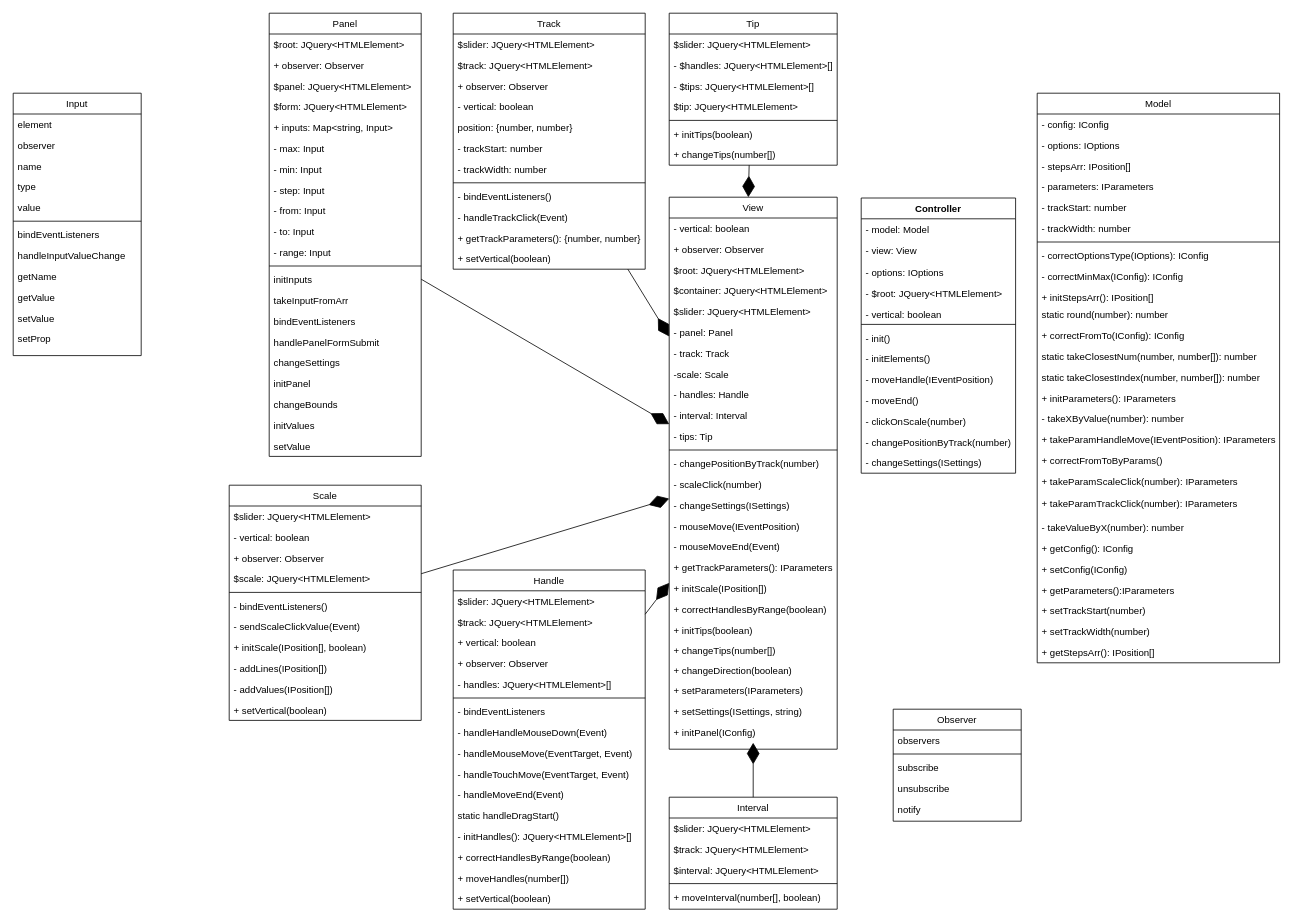
Earlier version of the draw.io diagram UntitledDiagram.drawio (galiaMuslimova/Slider). Source tidied: cells renumbered, new cells numbered last; positions are measured from the earlier drawing's top-left corner, leaving out a move shared by most shapes. Both pictures are drawn from the tidied source at 80%, with x=0, y=0 at pixel (13, 13).
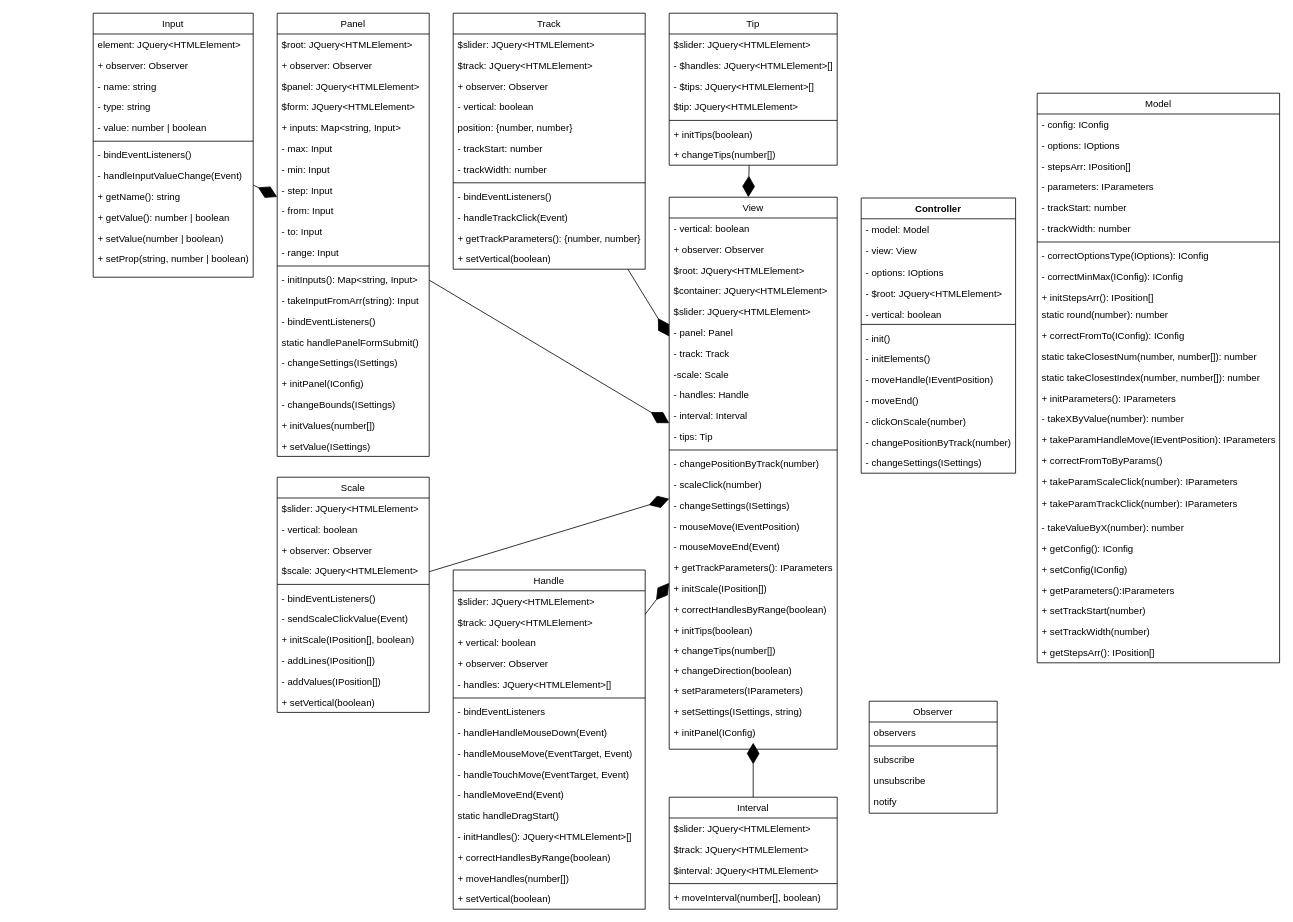
Above is the later version.

The edit, as a diff of the source:
```diff
@@
     <mxCell id="57" value="Observer" style="swimlane;fontStyle=0;align=center;verticalAlign=top;horizontal=1;startSize=26;rounded=0;shadow=0;strokeWidth=1;" parent="1" vertex="1">
-      <mxGeometry x="1100" y="870" width="160" height="140" as="geometry" />
+      <mxGeometry x="1070" y="860" width="160" height="140" as="geometry" />
     </mxCell>
@@
     <mxCell id="76" value="Scale" style="swimlane;fontStyle=0;align=center;verticalAlign=top;horizontal=1;startSize=26;rounded=0;shadow=0;strokeWidth=1;" parent="1" vertex="1">
-      <mxGeometry x="270" y="590" width="240" height="294" as="geometry" />
+      <mxGeometry x="330" y="580" width="190" height="294" as="geometry" />
     </mxCell>
     <mxCell id="77" value="$slider: JQuery&lt;HTMLElement&gt;" style="text;align=left;verticalAlign=top;spacingLeft=4;spacingRight=4;overflow=hidden;" parent="76" vertex="1">
-      <mxGeometry y="26" width="240" height="26" as="geometry" />
+      <mxGeometry y="26" width="190" height="26" as="geometry" />
     </mxCell>
     <mxCell id="78" value="- vertical: boolean" style="text;align=left;verticalAlign=top;spacingLeft=4;spacingRight=4;overflow=hidden;" parent="76" vertex="1">
-      <mxGeometry y="52" width="240" height="26" as="geometry" />
+      <mxGeometry y="52" width="190" height="26" as="geometry" />
     </mxCell>
     <mxCell id="79" value="+ observer: Observer" style="text;align=left;verticalAlign=top;spacingLeft=4;spacingRight=4;overflow=hidden;" parent="76" vertex="1">
-      <mxGeometry y="78" width="240" height="26" as="geometry" />
+      <mxGeometry y="78" width="190" height="26" as="geometry" />
     </mxCell>
     <mxCell id="80" value="$scale: JQuery&lt;HTMLElement&gt;" style="text;align=left;verticalAlign=top;spacingLeft=4;spacingRight=4;overflow=hidden;" parent="76" vertex="1">
-      <mxGeometry y="104" width="240" height="26" as="geometry" />
+      <mxGeometry y="104" width="190" height="26" as="geometry" />
     </mxCell>
     <mxCell id="81" style="line;html=1;strokeWidth=1;align=left;verticalAlign=middle;spacingTop=-1;spacingLeft=3;spacingRight=3;labelPosition=right;" parent="76" vertex="1">
-      <mxGeometry y="130" width="240" height="8" as="geometry" />
+      <mxGeometry y="130" width="190" height="8" as="geometry" />
     </mxCell>
     <mxCell id="82" value="- bindEventListeners()" style="text;align=left;verticalAlign=top;spacingLeft=4;spacingRight=4;overflow=hidden;rounded=0;shadow=0;html=0;" parent="76" vertex="1">
-      <mxGeometry y="138" width="240" height="26" as="geometry" />
+      <mxGeometry y="138" width="190" height="26" as="geometry" />
     </mxCell>
     <mxCell id="83" value="- sendScaleClickValue(Event)" style="text;align=left;verticalAlign=top;spacingLeft=4;spacingRight=4;overflow=hidden;rounded=0;shadow=0;html=0;" parent="76" vertex="1">
-      <mxGeometry y="164" width="240" height="26" as="geometry" />
+      <mxGeometry y="164" width="190" height="26" as="geometry" />
     </mxCell>
     <mxCell id="84" value="+ initScale(IPosition[], boolean)" style="text;align=left;verticalAlign=top;spacingLeft=4;spacingRight=4;overflow=hidden;rounded=0;shadow=0;html=0;" parent="76" vertex="1">
-      <mxGeometry y="190" width="240" height="26" as="geometry" />
+      <mxGeometry y="190" width="190" height="26" as="geometry" />
     </mxCell>
     <mxCell id="85" value="- addLines(IPosition[])" style="text;align=left;verticalAlign=top;spacingLeft=4;spacingRight=4;overflow=hidden;rounded=0;shadow=0;html=0;" parent="76" vertex="1">
-      <mxGeometry y="216" width="240" height="26" as="geometry" />
+      <mxGeometry y="216" width="190" height="26" as="geometry" />
     </mxCell>
     <mxCell id="86" value="- addValues(IPosition[])" style="text;align=left;verticalAlign=top;spacingLeft=4;spacingRight=4;overflow=hidden;rounded=0;shadow=0;html=0;" parent="76" vertex="1">
-      <mxGeometry y="242" width="240" height="26" as="geometry" />
+      <mxGeometry y="242" width="190" height="26" as="geometry" />
     </mxCell>
     <mxCell id="87" value="+ setVertical(boolean)" style="text;align=left;verticalAlign=top;spacingLeft=4;spacingRight=4;overflow=hidden;rounded=0;shadow=0;html=0;" parent="76" vertex="1">
-      <mxGeometry y="268" width="240" height="26" as="geometry" />
+      <mxGeometry y="268" width="190" height="26" as="geometry" />
     </mxCell>
@@
     <mxCell id="111" value="Panel" style="swimlane;fontStyle=0;align=center;verticalAlign=top;horizontal=1;startSize=26;rounded=0;shadow=0;strokeWidth=1;" parent="1" vertex="1">
-      <mxGeometry x="320" width="190" height="554" as="geometry" />
+      <mxGeometry x="330" width="190" height="554" as="geometry" />
     </mxCell>
@@
-    <mxCell id="124" value="initInputs" style="text;align=left;verticalAlign=top;spacingLeft=4;spacingRight=4;overflow=hidden;rounded=0;shadow=0;html=0;" parent="111" vertex="1">
+    <mxCell id="124" value="- initInputs(): Map&lt;string, Input&gt;" style="text;align=left;verticalAlign=top;spacingLeft=4;spacingRight=4;overflow=hidden;rounded=0;shadow=0;html=0;" parent="111" vertex="1">
       <mxGeometry y="320" width="190" height="26" as="geometry" />
     </mxCell>
-    <mxCell id="125" value="takeInputFromArr" style="text;align=left;verticalAlign=top;spacingLeft=4;spacingRight=4;overflow=hidden;rounded=0;shadow=0;html=0;" parent="111" vertex="1">
+    <mxCell id="125" value="- takeInputFromArr(string): Input" style="text;align=left;verticalAlign=top;spacingLeft=4;spacingRight=4;overflow=hidden;rounded=0;shadow=0;html=0;" parent="111" vertex="1">
       <mxGeometry y="346" width="190" height="26" as="geometry" />
     </mxCell>
-    <mxCell id="126" value="bindEventListeners" style="text;align=left;verticalAlign=top;spacingLeft=4;spacingRight=4;overflow=hidden;rounded=0;shadow=0;html=0;" parent="111" vertex="1">
+    <mxCell id="126" value="- bindEventListeners()" style="text;align=left;verticalAlign=top;spacingLeft=4;spacingRight=4;overflow=hidden;rounded=0;shadow=0;html=0;" parent="111" vertex="1">
       <mxGeometry y="372" width="190" height="26" as="geometry" />
     </mxCell>
-    <mxCell id="127" value="handlePanelFormSubmit" style="text;align=left;verticalAlign=top;spacingLeft=4;spacingRight=4;overflow=hidden;rounded=0;shadow=0;html=0;" parent="111" vertex="1">
+    <mxCell id="127" value="static handlePanelFormSubmit()" style="text;align=left;verticalAlign=top;spacingLeft=4;spacingRight=4;overflow=hidden;rounded=0;shadow=0;html=0;" parent="111" vertex="1">
       <mxGeometry y="398" width="190" height="26" as="geometry" />
     </mxCell>
-    <mxCell id="128" value="changeSettings" style="text;align=left;verticalAlign=top;spacingLeft=4;spacingRight=4;overflow=hidden;rounded=0;shadow=0;html=0;" parent="111" vertex="1">
+    <mxCell id="128" value="- changeSettings(ISettings)" style="text;align=left;verticalAlign=top;spacingLeft=4;spacingRight=4;overflow=hidden;rounded=0;shadow=0;html=0;" parent="111" vertex="1">
       <mxGeometry y="424" width="190" height="26" as="geometry" />
     </mxCell>
-    <mxCell id="129" value="initPanel" style="text;align=left;verticalAlign=top;spacingLeft=4;spacingRight=4;overflow=hidden;rounded=0;shadow=0;html=0;" parent="111" vertex="1">
+    <mxCell id="129" value="+ initPanel(IConfig)" style="text;align=left;verticalAlign=top;spacingLeft=4;spacingRight=4;overflow=hidden;rounded=0;shadow=0;html=0;" parent="111" vertex="1">
       <mxGeometry y="450" width="190" height="26" as="geometry" />
     </mxCell>
-    <mxCell id="130" value="changeBounds" style="text;align=left;verticalAlign=top;spacingLeft=4;spacingRight=4;overflow=hidden;rounded=0;shadow=0;html=0;" parent="111" vertex="1">
+    <mxCell id="130" value="- changeBounds(ISettings)" style="text;align=left;verticalAlign=top;spacingLeft=4;spacingRight=4;overflow=hidden;rounded=0;shadow=0;html=0;" parent="111" vertex="1">
       <mxGeometry y="476" width="190" height="26" as="geometry" />
     </mxCell>
-    <mxCell id="131" value="initValues" style="text;align=left;verticalAlign=top;spacingLeft=4;spacingRight=4;overflow=hidden;rounded=0;shadow=0;html=0;" parent="111" vertex="1">
+    <mxCell id="131" value="+ initValues(number[])" style="text;align=left;verticalAlign=top;spacingLeft=4;spacingRight=4;overflow=hidden;rounded=0;shadow=0;html=0;" parent="111" vertex="1">
       <mxGeometry y="502" width="190" height="26" as="geometry" />
     </mxCell>
-    <mxCell id="132" value="setValue" style="text;align=left;verticalAlign=top;spacingLeft=4;spacingRight=4;overflow=hidden;rounded=0;shadow=0;html=0;" parent="111" vertex="1">
+    <mxCell id="132" value="+ setValue(ISettings)" style="text;align=left;verticalAlign=top;spacingLeft=4;spacingRight=4;overflow=hidden;rounded=0;shadow=0;html=0;" parent="111" vertex="1">
       <mxGeometry y="528" width="190" height="26" as="geometry" />
     </mxCell>
     <mxCell id="133" value="Input" style="swimlane;fontStyle=0;align=center;verticalAlign=top;horizontal=1;startSize=26;rounded=0;shadow=0;strokeWidth=1;" parent="1" vertex="1">
-      <mxGeometry y="100" width="160" height="328" as="geometry" />
+      <mxGeometry x="100" width="200" height="330" as="geometry" />
     </mxCell>
-    <mxCell id="134" value="element" style="text;align=left;verticalAlign=top;spacingLeft=4;spacingRight=4;overflow=hidden;" parent="133" vertex="1">
-      <mxGeometry y="26" width="160" height="26" as="geometry" />
+    <mxCell id="134" value="element: JQuery&lt;HTMLElement&gt;" style="text;align=left;verticalAlign=top;spacingLeft=4;spacingRight=4;overflow=hidden;" parent="133" vertex="1">
+      <mxGeometry y="26" width="200" height="26" as="geometry" />
     </mxCell>
-    <mxCell id="135" value="observer" style="text;align=left;verticalAlign=top;spacingLeft=4;spacingRight=4;overflow=hidden;" parent="133" vertex="1">
-      <mxGeometry y="52" width="160" height="26" as="geometry" />
+    <mxCell id="135" value="+ observer: Observer" style="text;align=left;verticalAlign=top;spacingLeft=4;spacingRight=4;overflow=hidden;" parent="133" vertex="1">
+      <mxGeometry y="52" width="200" height="26" as="geometry" />
     </mxCell>
-    <mxCell id="136" value="name" style="text;align=left;verticalAlign=top;spacingLeft=4;spacingRight=4;overflow=hidden;" parent="133" vertex="1">
-      <mxGeometry y="78" width="160" height="26" as="geometry" />
+    <mxCell id="136" value="- name: string" style="text;align=left;verticalAlign=top;spacingLeft=4;spacingRight=4;overflow=hidden;" parent="133" vertex="1">
+      <mxGeometry y="78" width="200" height="26" as="geometry" />
     </mxCell>
-    <mxCell id="137" value="type" style="text;align=left;verticalAlign=top;spacingLeft=4;spacingRight=4;overflow=hidden;" parent="133" vertex="1">
-      <mxGeometry y="104" width="160" height="26" as="geometry" />
+    <mxCell id="137" value="- type: string" style="text;align=left;verticalAlign=top;spacingLeft=4;spacingRight=4;overflow=hidden;" parent="133" vertex="1">
+      <mxGeometry y="104" width="200" height="26" as="geometry" />
     </mxCell>
-    <mxCell id="138" value="value" style="text;align=left;verticalAlign=top;spacingLeft=4;spacingRight=4;overflow=hidden;" parent="133" vertex="1">
-      <mxGeometry y="130" width="160" height="26" as="geometry" />
+    <mxCell id="138" value="- value: number | boolean" style="text;align=left;verticalAlign=top;spacingLeft=4;spacingRight=4;overflow=hidden;" parent="133" vertex="1">
+      <mxGeometry y="130" width="200" height="26" as="geometry" />
     </mxCell>
     <mxCell id="139" style="line;html=1;strokeWidth=1;align=left;verticalAlign=middle;spacingTop=-1;spacingLeft=3;spacingRight=3;labelPosition=right;" parent="133" vertex="1">
-      <mxGeometry y="156" width="160" height="8" as="geometry" />
+      <mxGeometry y="156" width="200" height="8" as="geometry" />
     </mxCell>
-    <mxCell id="140" value="bindEventListeners" style="text;align=left;verticalAlign=top;spacingLeft=4;spacingRight=4;overflow=hidden;rounded=0;shadow=0;html=0;" parent="133" vertex="1">
-      <mxGeometry y="164" width="160" height="26" as="geometry" />
+    <mxCell id="140" value="- bindEventListeners()" style="text;align=left;verticalAlign=top;spacingLeft=4;spacingRight=4;overflow=hidden;rounded=0;shadow=0;html=0;" parent="133" vertex="1">
+      <mxGeometry y="164" width="200" height="26" as="geometry" />
     </mxCell>
-    <mxCell id="141" value="handleInputValueChange" style="text;align=left;verticalAlign=top;spacingLeft=4;spacingRight=4;overflow=hidden;rounded=0;shadow=0;html=0;" parent="133" vertex="1">
-      <mxGeometry y="190" width="160" height="26" as="geometry" />
+    <mxCell id="141" value="- handleInputValueChange(Event)" style="text;align=left;verticalAlign=top;spacingLeft=4;spacingRight=4;overflow=hidden;rounded=0;shadow=0;html=0;" parent="133" vertex="1">
+      <mxGeometry y="190" width="200" height="26" as="geometry" />
     </mxCell>
-    <mxCell id="142" value="getName" style="text;align=left;verticalAlign=top;spacingLeft=4;spacingRight=4;overflow=hidden;rounded=0;shadow=0;html=0;" parent="133" vertex="1">
-      <mxGeometry y="216" width="160" height="26" as="geometry" />
+    <mxCell id="142" value="+ getName(): string" style="text;align=left;verticalAlign=top;spacingLeft=4;spacingRight=4;overflow=hidden;rounded=0;shadow=0;html=0;" parent="133" vertex="1">
+      <mxGeometry y="216" width="200" height="26" as="geometry" />
     </mxCell>
-    <mxCell id="143" value="getValue" style="text;align=left;verticalAlign=top;spacingLeft=4;spacingRight=4;overflow=hidden;rounded=0;shadow=0;html=0;" parent="133" vertex="1">
-      <mxGeometry y="242" width="160" height="26" as="geometry" />
+    <mxCell id="143" value="+ getValue(): number | boolean" style="text;align=left;verticalAlign=top;spacingLeft=4;spacingRight=4;overflow=hidden;rounded=0;shadow=0;html=0;" parent="133" vertex="1">
+      <mxGeometry y="242" width="200" height="26" as="geometry" />
     </mxCell>
-    <mxCell id="144" value="setValue" style="text;align=left;verticalAlign=top;spacingLeft=4;spacingRight=4;overflow=hidden;rounded=0;shadow=0;html=0;" parent="133" vertex="1">
-      <mxGeometry y="268" width="160" height="26" as="geometry" />
+    <mxCell id="144" value="+ setValue(number | boolean)" style="text;align=left;verticalAlign=top;spacingLeft=4;spacingRight=4;overflow=hidden;rounded=0;shadow=0;html=0;" parent="133" vertex="1">
+      <mxGeometry y="268" width="200" height="26" as="geometry" />
     </mxCell>
-    <mxCell id="145" value="setProp" style="text;align=left;verticalAlign=top;spacingLeft=4;spacingRight=4;overflow=hidden;rounded=0;shadow=0;html=0;" parent="133" vertex="1">
-      <mxGeometry y="294" width="160" height="26" as="geometry" />
+    <mxCell id="145" value="+ setProp(string, number | boolean)" style="text;align=left;verticalAlign=top;spacingLeft=4;spacingRight=4;overflow=hidden;rounded=0;shadow=0;html=0;" parent="133" vertex="1">
+      <mxGeometry y="294" width="200" height="26" as="geometry" />
     </mxCell>
@@
+    <mxCell id="174" style="endArrow=diamondThin;endFill=1;endSize=24;html=1;rounded=0;" parent="1" edge="1" source="133" target="111">
+      <mxGeometry relative="1" as="geometry" />
+    </mxCell>
```
